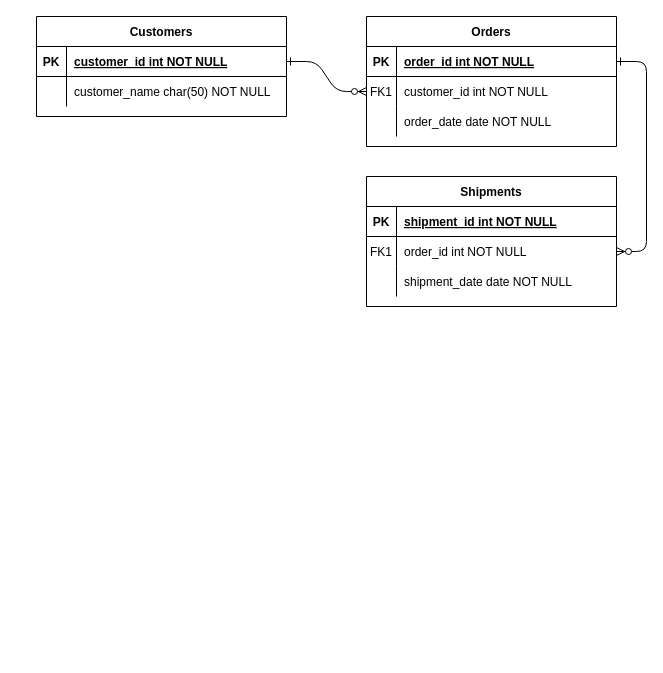
The draw.io diagram Диаграмма без названия.drawio in OgurtsovArtem/Project15, before the edit. Source tidied: cells renumbered, new cells numbered last; positions are measured from the earlier drawing's top-left corner, leaving out a move shared by most shapes. Both pictures are drawn from the tidied source at 100%, with x=0, y=0 at pixel (36, 16).
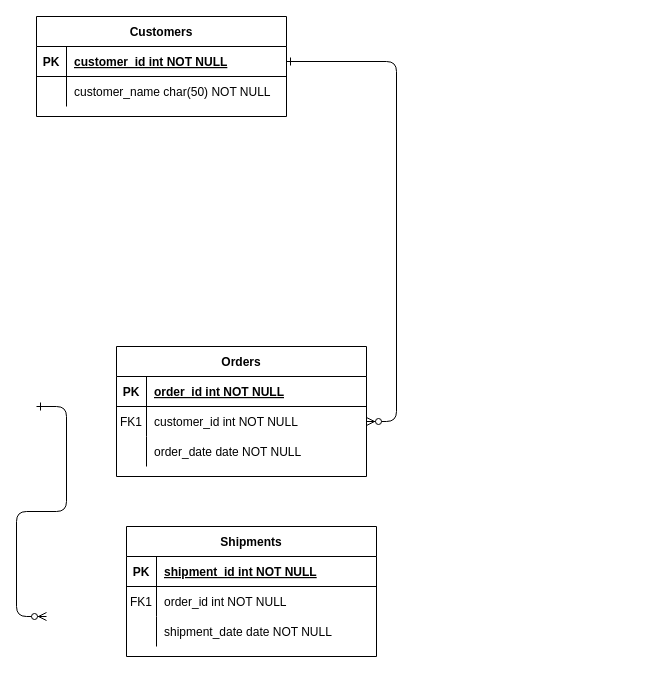
The same page after the edit.

Unchanged cells that the change refers to:
```xml
<mxCell id="5" style="shape=partialRectangle;fillColor=none;points=[[0,0.5],[1,0.5]];portConstraint=eastwest;top=0;left=0;right=0;bottom=1;" parent="4" vertex="1">
  <mxGeometry y="30" width="250" height="30" as="geometry" />
</mxCell>
<mxCell id="18" style="shape=partialRectangle;fillColor=none;points=[[0,0.5],[1,0.5]];portConstraint=eastwest;top=0;left=0;right=0;bottom=0;" parent="14" vertex="1">
  <mxGeometry y="60" width="250" height="30" as="geometry" />
</mxCell>
```

Diff of the diagram source:
```diff
@@
-    <mxCell id="3" style="edgeStyle=entityRelationEdgeStyle;endArrow=ERzeroToMany;startArrow=ERone;endFill=1;startFill=0;" parent="1" edge="1" source="5" target="18">
-      <mxGeometry relative="1" as="geometry" />
+    <mxCell id="3" style="edgeStyle=entityRelationEdgeStyle;endArrow=ERzeroToMany;startArrow=ERone;endFill=1;startFill=0;" parent="1" edge="1">
+      <mxGeometry relative="1" as="geometry">
+        <mxPoint y="390" as="sourcePoint" />
+        <mxPoint x="10" y="600" as="targetPoint" />
+      </mxGeometry>
     </mxCell>
     <mxCell id="4" value="Orders" style="shape=table;startSize=30;childLayout=tableLayout;rowLines=0;fontStyle=1;align=center;" parent="1" vertex="1">
-      <mxGeometry x="330" width="250" height="130" as="geometry" />
+      <mxGeometry x="80" y="330" width="250" height="130" as="geometry" />
     </mxCell>
@@
     <mxCell id="14" value="Shipments" style="shape=table;startSize=30;childLayout=tableLayout;rowLines=0;fontStyle=1;align=center;" parent="1" vertex="1">
-      <mxGeometry x="330" y="160" width="250" height="130" as="geometry" />
+      <mxGeometry x="90" y="510" width="250" height="130" as="geometry" />
     </mxCell>
```
